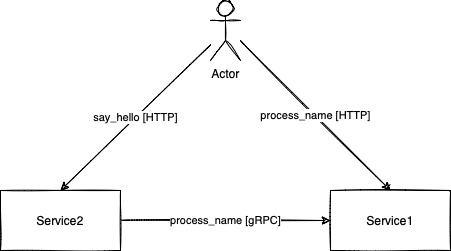
Before: schema.png, a diagram exported from draw.io (sneawo/aiohttp-grpcio-example). Source tidied: cells renumbered, new cells last; positions are measured from the earlier drawing's top-left corner, leaving out a move shared by most shapes.
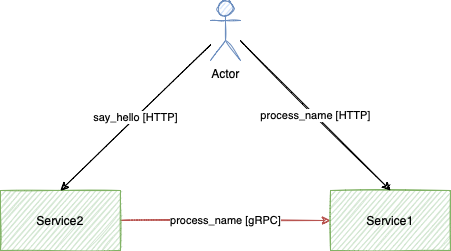
After the change.

Commit message:
updated schema, reuse service1 stub

Change to the diagram source:
```diff
@@ -2,13 +2,13 @@
   <root>
     <mxCell id="0" />
     <mxCell id="1" parent="0" />
-    <mxCell id="2" value="process_name [gRPC]" style="edgeStyle=orthogonalEdgeStyle;rounded=0;sketch=1;jettySize=auto;html=1;exitX=1;exitY=0.5;exitDx=0;exitDy=0;curved=1;" parent="1" edge="1" source="3" target="4">
+    <mxCell id="2" value="process_name [gRPC]" style="edgeStyle=orthogonalEdgeStyle;rounded=0;sketch=1;jettySize=auto;html=1;exitX=1;exitY=0.5;exitDx=0;exitDy=0;curved=1;fillColor=#f8cecc;strokeColor=#b85450;" parent="1" edge="1" source="3" target="4">
       <mxGeometry relative="1" as="geometry" />
     </mxCell>
-    <mxCell id="3" value="Service2" style="rounded=0;whiteSpace=wrap;html=1;sketch=1;" parent="1" vertex="1">
+    <mxCell id="3" value="Service2" style="rounded=0;whiteSpace=wrap;html=1;sketch=1;fillColor=#d5e8d4;strokeColor=#82b366;" parent="1" vertex="1">
       <mxGeometry y="190" width="120" height="60" as="geometry" />
     </mxCell>
-    <mxCell id="4" value="Service1" style="rounded=0;whiteSpace=wrap;html=1;sketch=1;" parent="1" vertex="1">
+    <mxCell id="4" value="Service1" style="rounded=0;whiteSpace=wrap;html=1;sketch=1;fillColor=#d5e8d4;strokeColor=#82b366;" parent="1" vertex="1">
       <mxGeometry x="330" y="190" width="120" height="60" as="geometry" />
     </mxCell>
     <mxCell id="5" value="say_hello [HTTP]" style="rounded=0;sketch=1;jettySize=auto;html=1;entryX=0.5;entryY=0;entryDx=0;entryDy=0;curved=1;" parent="1" edge="1" source="7" target="3">
@@ -19,7 +19,7 @@
         <mxPoint x="240" y="40" as="sourcePoint" />
       </mxGeometry>
     </mxCell>
-    <mxCell id="7" value="Actor" style="shape=umlActor;verticalLabelPosition=bottom;verticalAlign=top;html=1;outlineConnect=0;sketch=1;" parent="1" vertex="1">
+    <mxCell id="7" value="Actor" style="shape=umlActor;verticalLabelPosition=bottom;verticalAlign=top;html=1;outlineConnect=0;sketch=1;fillColor=#dae8fc;strokeColor=#6c8ebf;" parent="1" vertex="1">
       <mxGeometry x="210" width="30" height="60" as="geometry" />
     </mxCell>
   </root>
```
